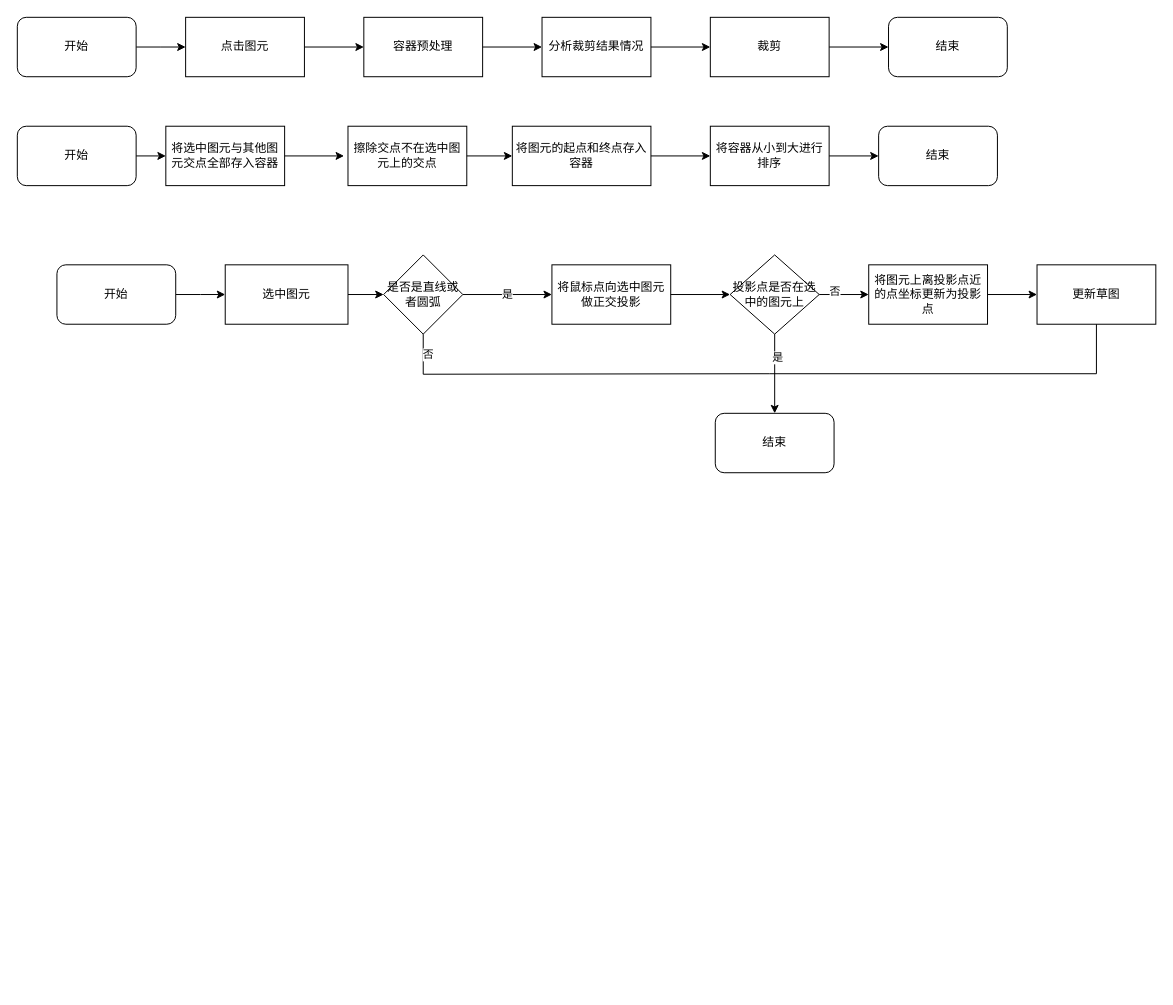
Above: 裁剪流程图.drawio in liuhuliuhu123/First-test (draw.io), before the change. Source tidied: cells renumbered, new cells numbered last; positions are measured from the earlier drawing's top-left corner, leaving out a move shared by most shapes. Both pictures are drawn from the tidied source at 99%, with x=0, y=0 at pixel (17, 17).
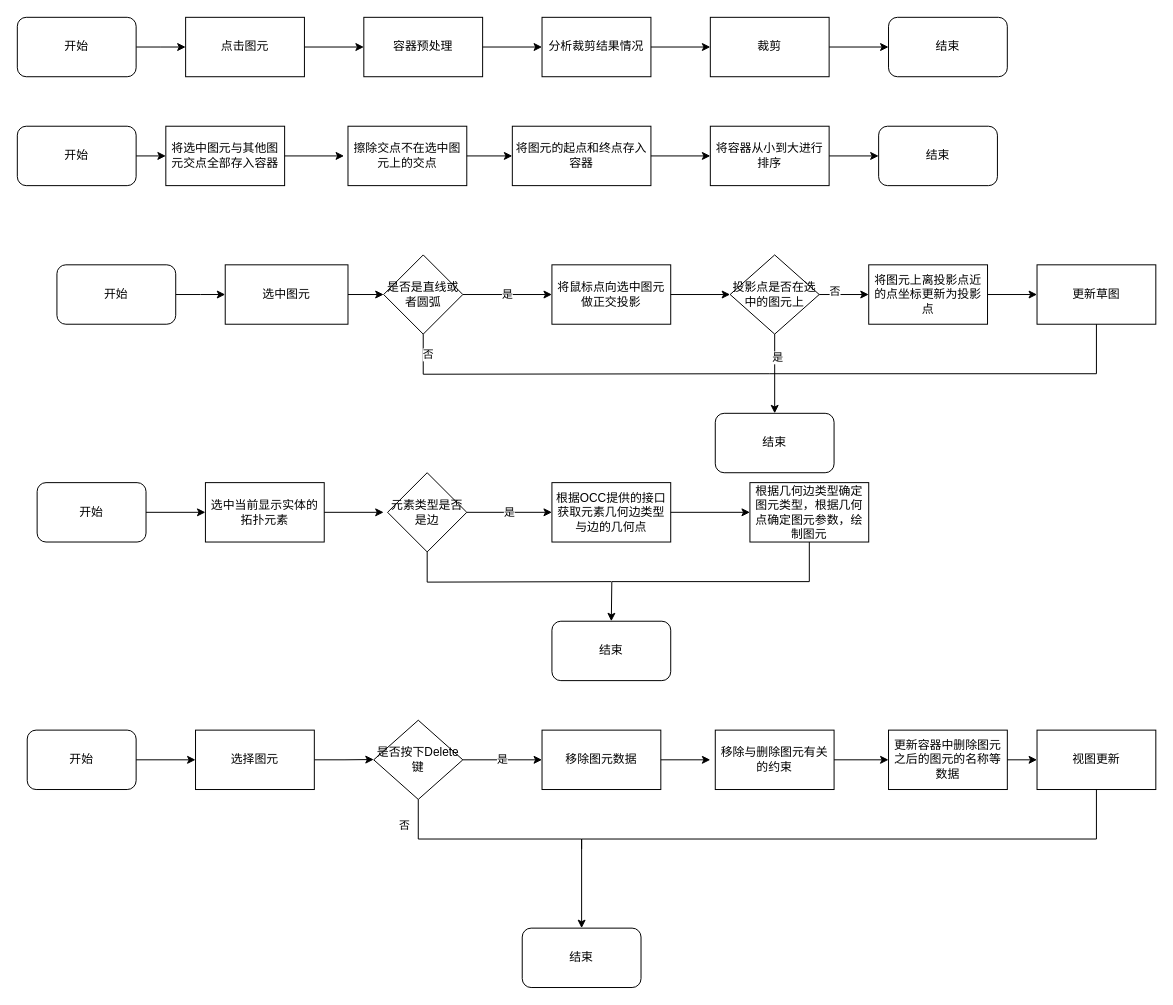
The same page after the edit.

Commit message:
更新裁剪流程图.drawio

The edit, as a diff of the source:
```diff
@@
+    <mxCell id="44" value="开始" style="rounded=1;whiteSpace=wrap;html=1;" parent="1" vertex="1">
+      <mxGeometry x="20" y="470" width="110" height="60" as="geometry" />
+    </mxCell>
+    <mxCell id="45" style="endArrow=classic;html=1;rounded=0;exitX=1;exitY=0.5;exitDx=0;exitDy=0;" parent="1" edge="1" source="44">
+      <mxGeometry relative="1" as="geometry">
+        <mxPoint x="190" y="500" as="targetPoint" />
+      </mxGeometry>
+    </mxCell>
+    <mxCell id="46" value="选中当前显示实体的拓扑元素" style="rounded=0;whiteSpace=wrap;html=1;" parent="1" vertex="1">
+      <mxGeometry x="190" y="470" width="120" height="60" as="geometry" />
+    </mxCell>
+    <mxCell id="47" style="endArrow=classic;html=1;rounded=0;exitX=1;exitY=0.5;exitDx=0;exitDy=0;" parent="1" edge="1" source="46">
+      <mxGeometry relative="1" as="geometry">
+        <mxPoint x="370" y="500" as="targetPoint" />
+      </mxGeometry>
+    </mxCell>
+    <mxCell id="48" value="元素类型是否是边" style="rhombus;whiteSpace=wrap;html=1;" parent="1" vertex="1">
+      <mxGeometry x="374" y="460" width="80" height="80" as="geometry" />
+    </mxCell>
+    <mxCell id="49" value="是" style="endArrow=classic;html=1;rounded=0;exitX=1;exitY=0.5;exitDx=0;exitDy=0;" parent="1" edge="1" source="48">
+      <mxGeometry relative="1" as="geometry">
+        <mxPoint x="540" y="500" as="targetPoint" />
+      </mxGeometry>
+    </mxCell>
+    <mxCell id="50" value="根据OCC提供的接口获取元素几何边类型与边的几何点" style="rounded=0;whiteSpace=wrap;html=1;" parent="1" vertex="1">
+      <mxGeometry x="540" y="470" width="120" height="60" as="geometry" />
+    </mxCell>
+    <mxCell id="51" style="endArrow=classic;html=1;rounded=0;exitX=1;exitY=0.5;exitDx=0;exitDy=0;" parent="1" edge="1" source="50">
+      <mxGeometry relative="1" as="geometry">
+        <mxPoint x="740" y="500" as="targetPoint" />
+      </mxGeometry>
+    </mxCell>
+    <mxCell id="52" style="edgeStyle=orthogonalEdgeStyle;rounded=0;jettySize=auto;html=1;exitX=0.5;exitY=1;exitDx=0;exitDy=0;" parent="1" edge="1" source="53">
+      <mxGeometry relative="1" as="geometry">
+        <mxPoint x="600" y="610" as="targetPoint" />
+      </mxGeometry>
+    </mxCell>
+    <mxCell id="53" value="根据几何边类型确定图元类型，根据几何点确定图元参数，绘制图元" style="rounded=0;whiteSpace=wrap;html=1;" parent="1" vertex="1">
+      <mxGeometry x="740" y="470" width="120" height="60" as="geometry" />
+    </mxCell>
+    <mxCell id="54" style="endArrow=none;html=1;rounded=0;entryX=0.5;entryY=1;entryDx=0;entryDy=0;edgeStyle=orthogonalEdgeStyle;" parent="1" edge="1" target="48">
+      <mxGeometry relative="1" as="geometry">
+        <mxPoint x="600" y="570" as="sourcePoint" />
+      </mxGeometry>
+    </mxCell>
+    <mxCell id="55" value="结束" style="rounded=1;whiteSpace=wrap;html=1;" parent="1" vertex="1">
+      <mxGeometry x="540" y="610" width="120" height="60" as="geometry" />
+    </mxCell>
+    <mxCell id="56" value="开始" style="rounded=1;whiteSpace=wrap;html=1;" parent="1" vertex="1">
+      <mxGeometry x="10" y="720" width="110" height="60" as="geometry" />
+    </mxCell>
+    <mxCell id="57" style="endArrow=classic;html=1;rounded=0;exitX=1;exitY=0.5;exitDx=0;exitDy=0;" parent="1" edge="1" source="56">
+      <mxGeometry relative="1" as="geometry">
+        <mxPoint x="180" y="750" as="targetPoint" />
+      </mxGeometry>
+    </mxCell>
+    <mxCell id="58" style="edgeStyle=orthogonalEdgeStyle;rounded=0;jettySize=auto;html=1;exitX=1;exitY=0.5;exitDx=0;exitDy=0;" parent="1" edge="1" source="59">
+      <mxGeometry relative="1" as="geometry">
+        <mxPoint x="360" y="749.7" as="targetPoint" />
+      </mxGeometry>
+    </mxCell>
+    <mxCell id="59" value="选择图元" style="rounded=0;whiteSpace=wrap;html=1;" parent="1" vertex="1">
+      <mxGeometry x="180" y="720" width="120" height="60" as="geometry" />
+    </mxCell>
+    <mxCell id="60" value="是否按下Delete键" style="rhombus;whiteSpace=wrap;html=1;" parent="1" vertex="1">
+      <mxGeometry x="360" y="710" width="90" height="80" as="geometry" />
+    </mxCell>
+    <mxCell id="61" value="是" style="endArrow=classic;html=1;rounded=0;exitX=1;exitY=0.5;exitDx=0;exitDy=0;" parent="1" edge="1" source="60">
+      <mxGeometry relative="1" as="geometry">
+        <mxPoint x="530" y="750" as="targetPoint" />
+      </mxGeometry>
+    </mxCell>
+    <mxCell id="62" value="移除图元数据" style="rounded=0;whiteSpace=wrap;html=1;" parent="1" vertex="1">
+      <mxGeometry x="530" y="720" width="120" height="60" as="geometry" />
+    </mxCell>
+    <mxCell id="63" style="endArrow=classic;html=1;rounded=0;exitX=1;exitY=0.5;exitDx=0;exitDy=0;" parent="1" edge="1" source="62">
+      <mxGeometry relative="1" as="geometry">
+        <mxPoint x="700" y="750" as="targetPoint" />
+      </mxGeometry>
+    </mxCell>
+    <mxCell id="64" value="移除与删除图元有关的约束" style="rounded=0;whiteSpace=wrap;html=1;" parent="1" vertex="1">
+      <mxGeometry x="705" y="720" width="120" height="60" as="geometry" />
+    </mxCell>
+    <mxCell id="65" style="endArrow=classic;html=1;rounded=0;exitX=1;exitY=0.5;exitDx=0;exitDy=0;" parent="1" edge="1" source="64">
+      <mxGeometry relative="1" as="geometry">
+        <mxPoint x="880" y="750" as="targetPoint" />
+      </mxGeometry>
+    </mxCell>
+    <mxCell id="66" value="更新容器中删除图元之后的图元的名称等数据" style="rounded=0;whiteSpace=wrap;html=1;" parent="1" vertex="1">
+      <mxGeometry x="880" y="720" width="120" height="60" as="geometry" />
+    </mxCell>
+    <mxCell id="67" style="endArrow=classic;html=1;rounded=0;exitX=1;exitY=0.5;exitDx=0;exitDy=0;" parent="1" edge="1" source="66">
+      <mxGeometry relative="1" as="geometry">
+        <mxPoint x="1030" y="750" as="targetPoint" />
+      </mxGeometry>
+    </mxCell>
+    <mxCell id="68" value="视图更新" style="rounded=0;whiteSpace=wrap;html=1;" parent="1" vertex="1">
+      <mxGeometry x="1030" y="720" width="120" height="60" as="geometry" />
+    </mxCell>
+    <mxCell id="69" style="endArrow=classic;html=1;rounded=0;exitX=0.5;exitY=1;exitDx=0;exitDy=0;edgeStyle=orthogonalEdgeStyle;" parent="1" edge="1" source="68">
+      <mxGeometry relative="1" as="geometry">
+        <mxPoint x="570" y="920" as="targetPoint" />
+        <Array as="points">
+          <mxPoint x="1090" y="830" />
+          <mxPoint x="570" y="830" />
+        </Array>
+      </mxGeometry>
+    </mxCell>
+    <mxCell id="70" value="结束" style="rounded=1;whiteSpace=wrap;html=1;" parent="1" vertex="1">
+      <mxGeometry x="510" y="920" width="120" height="60" as="geometry" />
+    </mxCell>
+    <mxCell id="71" style="endArrow=none;html=1;rounded=0;exitX=0.5;exitY=1;exitDx=0;exitDy=0;edgeStyle=orthogonalEdgeStyle;" parent="1" edge="1" source="60">
+      <mxGeometry relative="1" as="geometry">
+        <mxPoint x="570" y="840" as="targetPoint" />
+        <Array as="points">
+          <mxPoint x="405" y="830" />
+          <mxPoint x="570" y="830" />
+        </Array>
+      </mxGeometry>
+    </mxCell>
+    <mxCell id="72" value="否" style="edgeLabel;html=1;align=center;verticalAlign=middle;" parent="71" vertex="1">
+      <mxGeometry x="-0.34" y="-2" relative="1" as="geometry">
+        <mxPoint x="-46" y="-17" as="offset" />
+      </mxGeometry>
+    </mxCell>
```
